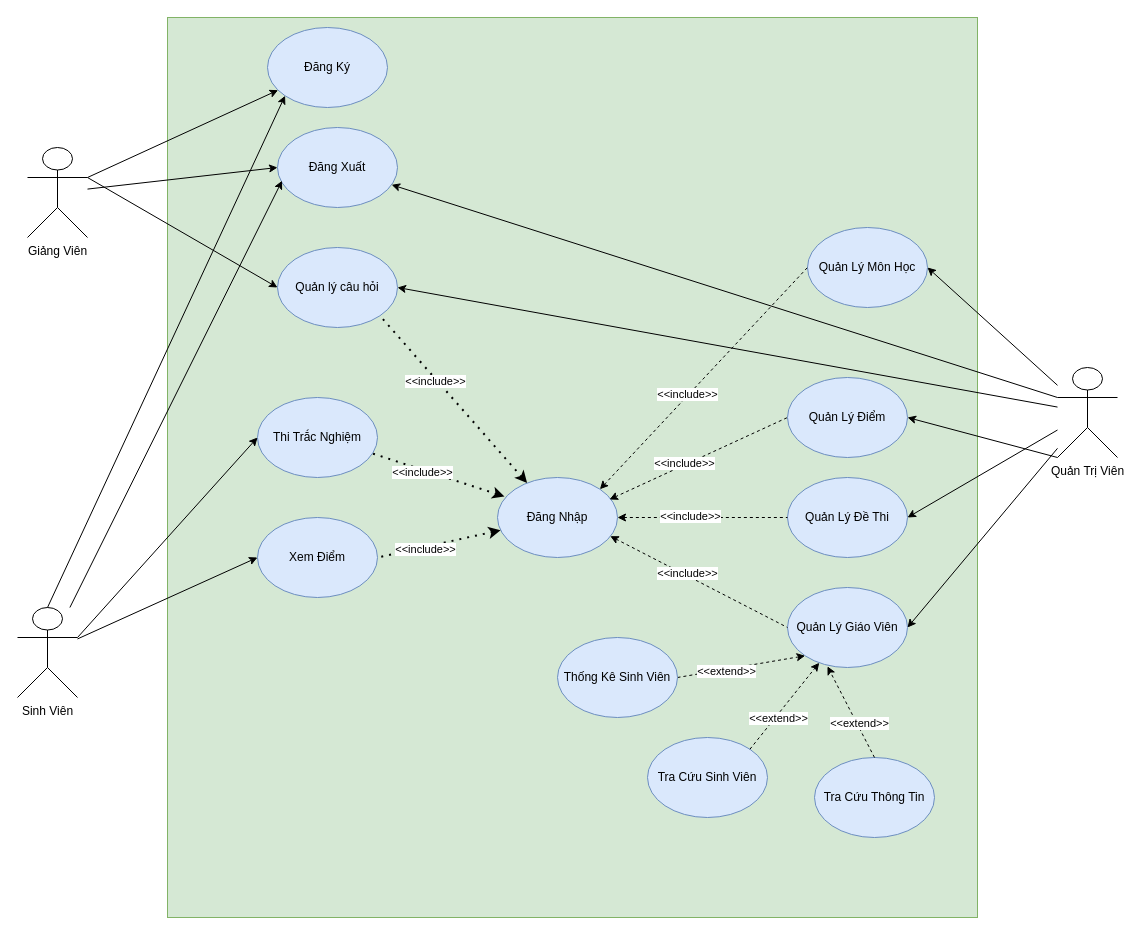
The draw.io diagram Untitled.drawio in KhaiZeR0/LuyenThiTracNghiem-HDT1, before the edit. Source tidied: cells renumbered, new cells numbered last; positions are measured from the earlier drawing's top-left corner, leaving out a move shared by most shapes. Both pictures are drawn from the tidied source at 100%, with x=0, y=0 at pixel (17, 17).
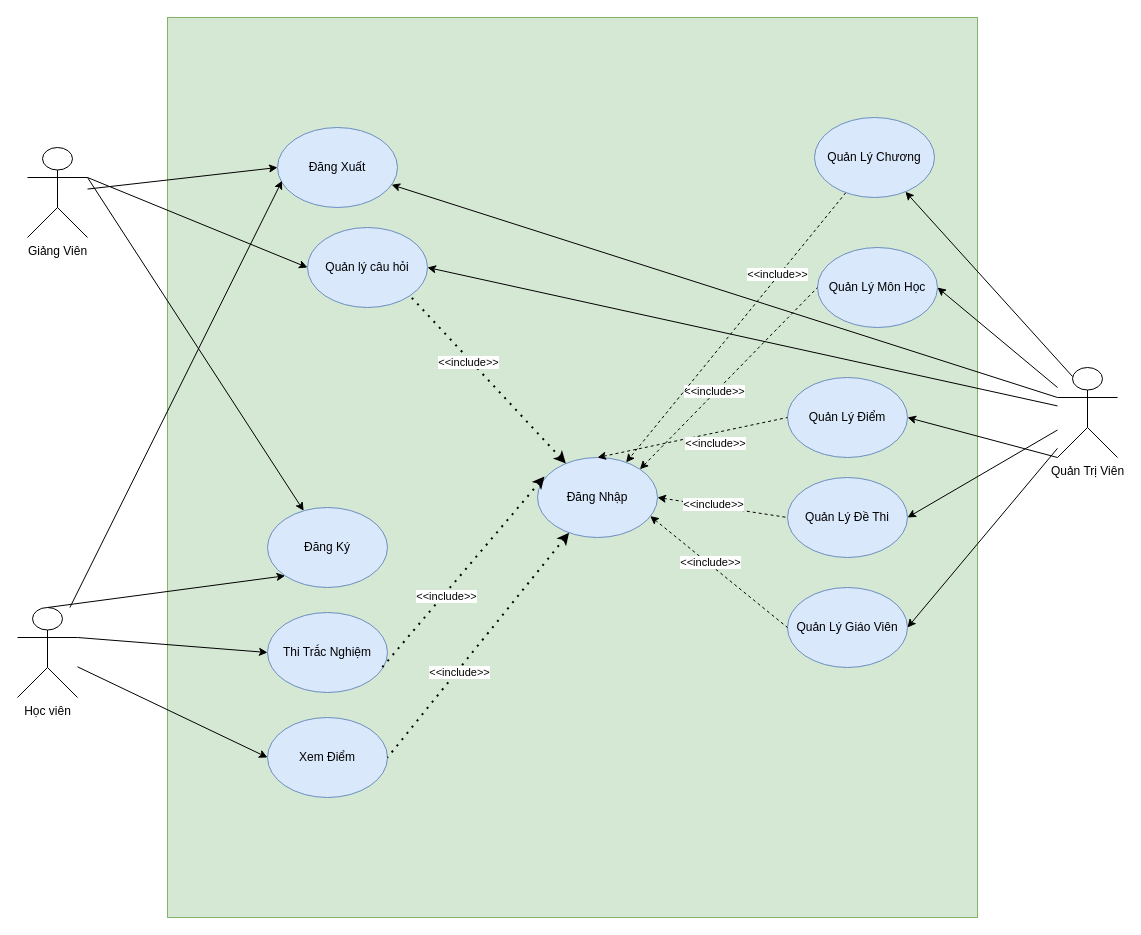
The same diagram, later.

The change refers to these unchanged cells:
```xml
<mxCell id="2" value="Quản Trị Viên" style="shape=umlActor;verticalLabelPosition=bottom;verticalAlign=top;html=1;outlineConnect=0;" parent="1" vertex="1">
  <mxGeometry x="1040" y="350" width="60" height="90" as="geometry" />
</mxCell>
<mxCell id="25" value="Quản Lý Điểm" style="ellipse;whiteSpace=wrap;html=1;fillColor=#dae8fc;strokeColor=#6c8ebf;" parent="1" vertex="1">
  <mxGeometry x="770" y="360" width="120" height="80" as="geometry" />
</mxCell>
<mxCell id="30" value="Quản Lý Giáo Viên" style="ellipse;whiteSpace=wrap;html=1;fillColor=#dae8fc;strokeColor=#6c8ebf;" parent="1" vertex="1">
  <mxGeometry x="770" y="570" width="120" height="80" as="geometry" />
</mxCell>
```

Diff of the diagram source:
```diff
@@
-    <mxCell id="4" value="Sinh Viên" style="shape=umlActor;verticalLabelPosition=bottom;verticalAlign=top;html=1;outlineConnect=0;" parent="1" vertex="1">
+    <mxCell id="4" value="Học viên" style="shape=umlActor;verticalLabelPosition=bottom;verticalAlign=top;html=1;outlineConnect=0;" parent="1" vertex="1">
       <mxGeometry y="590" width="60" height="90" as="geometry" />
     </mxCell>
@@
-    <mxCell id="10" value="Tra Cứu Thông Tin" style="ellipse;whiteSpace=wrap;html=1;fillColor=#dae8fc;strokeColor=#6c8ebf;" parent="1" vertex="1">
-      <mxGeometry x="797" y="740" width="120" height="80" as="geometry" />
-    </mxCell>
     <mxCell id="11" value="Quản lý câu hỏi" style="ellipse;whiteSpace=wrap;html=1;fillColor=#dae8fc;strokeColor=#6c8ebf;" parent="1" vertex="1">
-      <mxGeometry x="260" y="230" width="120" height="80" as="geometry" />
+      <mxGeometry x="290" y="210" width="120" height="80" as="geometry" />
     </mxCell>
     <mxCell id="12" value="Đăng Nhập" style="ellipse;whiteSpace=wrap;html=1;fillColor=#dae8fc;strokeColor=#6c8ebf;" parent="1" vertex="1">
-      <mxGeometry x="480" y="460" width="120" height="80" as="geometry" />
+      <mxGeometry x="520" y="440" width="120" height="80" as="geometry" />
     </mxCell>
@@
     <mxCell id="16" value="Thi Trắc Nghiệm" style="ellipse;whiteSpace=wrap;html=1;fillColor=#dae8fc;strokeColor=#6c8ebf;" parent="1" vertex="1">
-      <mxGeometry x="240" y="380" width="120" height="80" as="geometry" />
+      <mxGeometry x="250" y="595" width="120" height="80" as="geometry" />
     </mxCell>
@@
     <mxCell id="18" value="Xem Điểm" style="ellipse;whiteSpace=wrap;html=1;fillColor=#dae8fc;strokeColor=#6c8ebf;" parent="1" vertex="1">
-      <mxGeometry x="240" y="500" width="120" height="80" as="geometry" />
+      <mxGeometry x="250" y="700" width="120" height="80" as="geometry" />
     </mxCell>
@@
     <mxCell id="27" value="Quản Lý Môn Học" style="ellipse;whiteSpace=wrap;html=1;fillColor=#dae8fc;strokeColor=#6c8ebf;" parent="1" vertex="1">
-      <mxGeometry x="790" y="210" width="120" height="80" as="geometry" />
+      <mxGeometry x="800" y="230" width="120" height="80" as="geometry" />
     </mxCell>
@@
-    <mxCell id="35" style="endArrow=none;dashed=1;html=1;rounded=0;exitX=1;exitY=0;exitDx=0;exitDy=0;entryX=0;entryY=0.5;entryDx=0;entryDy=0;endFill=0;startArrow=classic;startFill=1;" parent="1" edge="1" target="25">
-      <mxGeometry relative="1" as="geometry">
-        <mxPoint x="592" y="482" as="sourcePoint" />
-      </mxGeometry>
+    <mxCell id="35" style="endArrow=none;dashed=1;html=1;rounded=0;exitX=0.5;exitY=0;exitDx=0;exitDy=0;entryX=0;entryY=0.5;entryDx=0;entryDy=0;endFill=0;startArrow=classic;startFill=1;" parent="1" edge="1" source="12" target="25">
+      <mxGeometry relative="1" as="geometry" />
     </mxCell>
     <mxCell id="36" value="&amp;lt;&amp;lt;include&amp;gt;&amp;gt;" style="edgeLabel;html=1;align=center;verticalAlign=middle;" parent="35" vertex="1">
-      <mxGeometry x="-0.15" y="2" relative="1" as="geometry" />
+      <mxGeometry x="-0.15" y="2" relative="1" as="geometry">
+        <mxPoint x="37" y="5" as="offset" />
+      </mxGeometry>
     </mxCell>
@@
-    <mxCell id="41" style="endArrow=classic;dashed=1;html=1;rounded=0;entryX=0;entryY=1;entryDx=0;entryDy=0;exitX=1;exitY=0.5;exitDx=0;exitDy=0;endFill=1;" parent="1" edge="1" source="43" target="30">
-      <mxGeometry relative="1" as="geometry" />
-    </mxCell>
-    <mxCell id="42" value="&amp;lt;&amp;lt;extend&amp;gt;&amp;gt;" style="edgeLabel;html=1;align=center;verticalAlign=middle;" parent="41" vertex="1">
-      <mxGeometry x="-0.25" y="-2" relative="1" as="geometry" />
-    </mxCell>
-    <mxCell id="43" value="Thống Kê Sinh Viên" style="ellipse;whiteSpace=wrap;html=1;fillColor=#dae8fc;strokeColor=#6c8ebf;" parent="1" vertex="1">
-      <mxGeometry x="540" y="620" width="120" height="80" as="geometry" />
-    </mxCell>
-    <mxCell id="44" value="Tra Cứu Sinh Viên" style="ellipse;whiteSpace=wrap;html=1;fillColor=#dae8fc;strokeColor=#6c8ebf;" parent="1" vertex="1">
-      <mxGeometry x="630" y="720" width="120" height="80" as="geometry" />
-    </mxCell>
-    <mxCell id="45" style="endArrow=classic;dashed=1;html=1;rounded=0;exitX=1;exitY=0;exitDx=0;exitDy=0;endFill=1;" parent="1" edge="1" source="44" target="30">
-      <mxGeometry relative="1" as="geometry" />
-    </mxCell>
-    <mxCell id="46" value="&amp;lt;&amp;lt;extend&amp;gt;&amp;gt;" style="edgeLabel;html=1;align=center;verticalAlign=middle;" parent="45" vertex="1">
-      <mxGeometry x="-0.25" y="-2" relative="1" as="geometry" />
-    </mxCell>
-    <mxCell id="47" style="endArrow=classic;dashed=1;html=1;rounded=0;entryX=0.333;entryY=0.986;entryDx=0;entryDy=0;exitX=0.5;exitY=0;exitDx=0;exitDy=0;endFill=1;entryPerimeter=0;" parent="1" edge="1" source="10" target="30">
-      <mxGeometry relative="1" as="geometry" />
-    </mxCell>
-    <mxCell id="48" value="&amp;lt;&amp;lt;extend&amp;gt;&amp;gt;" style="edgeLabel;html=1;align=center;verticalAlign=middle;" parent="47" vertex="1">
-      <mxGeometry x="-0.25" y="-2" relative="1" as="geometry" />
-    </mxCell>
     <mxCell id="49" value="Đăng Ký" style="ellipse;whiteSpace=wrap;html=1;fillColor=#dae8fc;strokeColor=#6c8ebf;" parent="1" vertex="1">
-      <mxGeometry x="250" y="10" width="120" height="80" as="geometry" />
+      <mxGeometry x="250" y="490" width="120" height="80" as="geometry" />
     </mxCell>
@@
+    <mxCell id="52" style="rounded=0;jettySize=auto;html=1;dashed=1;" parent="1" edge="1" source="54" target="12">
+      <mxGeometry relative="1" as="geometry" />
+    </mxCell>
+    <mxCell id="53" value="&amp;lt;&amp;lt;include&amp;gt;&amp;gt;" style="edgeLabel;html=1;align=center;verticalAlign=middle;" parent="52" vertex="1">
+      <mxGeometry x="-0.39" y="-2" relative="1" as="geometry" />
+    </mxCell>
+    <mxCell id="54" value="Quản Lý Chương" style="ellipse;whiteSpace=wrap;html=1;fillColor=#dae8fc;strokeColor=#6c8ebf;" parent="1" vertex="1">
+      <mxGeometry x="797" y="100" width="120" height="80" as="geometry" />
+    </mxCell>
+    <mxCell id="55" style="rounded=0;jettySize=auto;html=1;exitX=0.25;exitY=0.1;exitDx=0;exitDy=0;exitPerimeter=0;" parent="1" edge="1" source="2" target="54">
+      <mxGeometry relative="1" as="geometry" />
+    </mxCell>
```
